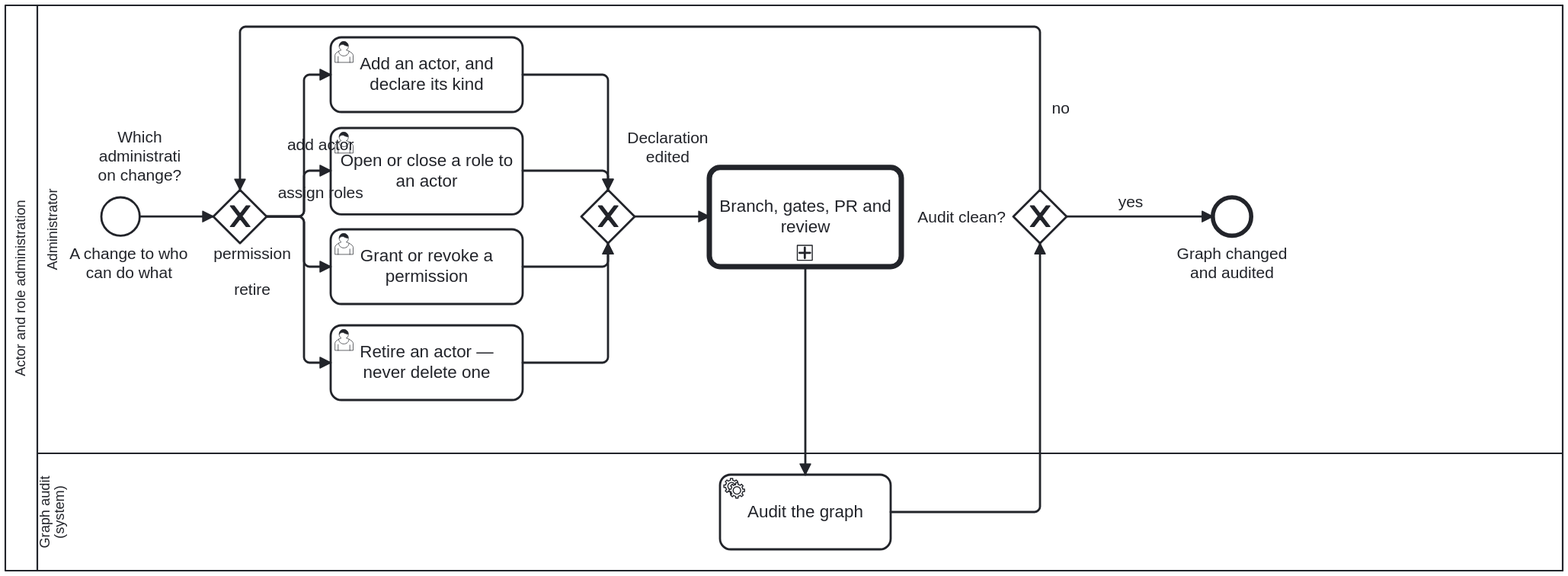
litlfred/cat-harness keeps this BPMN diagram as docs/assets/img/workflows/actor-role-administration.svg. Above is the earlier version. Its source is kept beside it as processes/process/actor-role-administration.bpmn. Ids are renumbered.
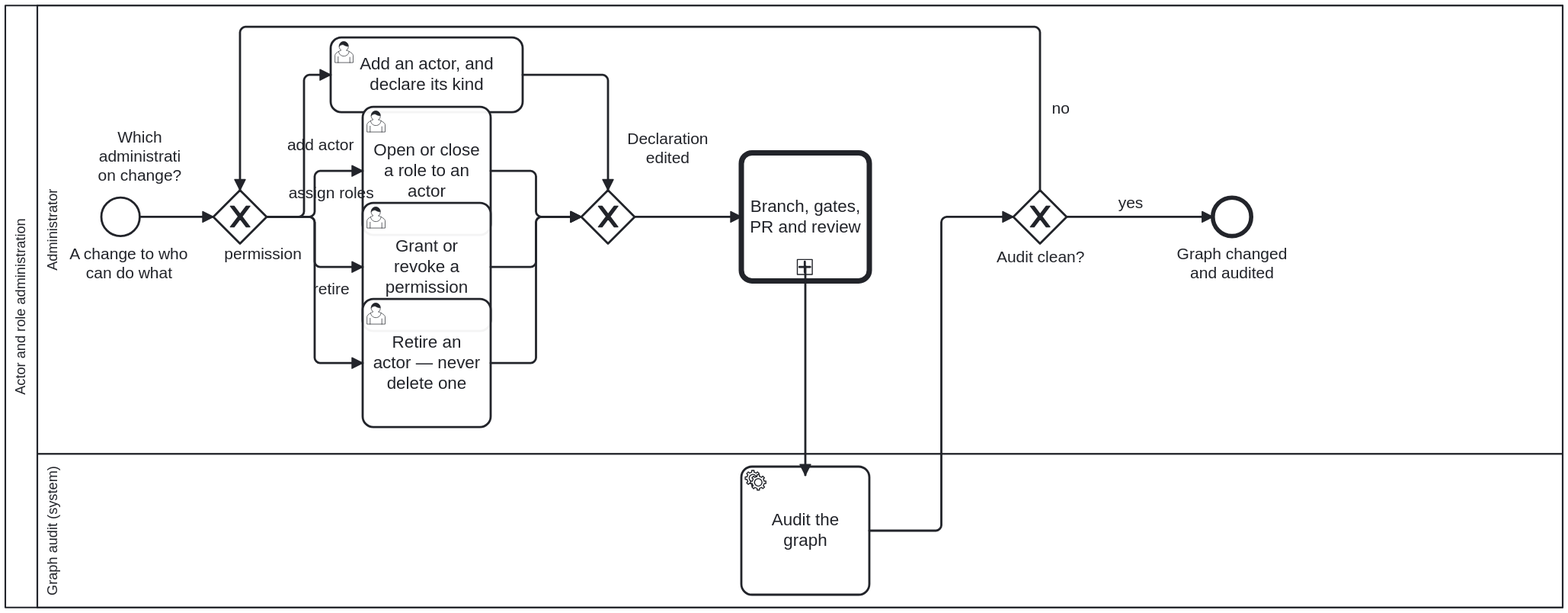
Later version of the same file.

The edit, as a diff of the source:
```diff
@@ -197,13 +197,13 @@
   <bpmndi:BPMNDiagram id="Diagram_ActorRoleAdministration">
     <bpmndi:BPMNPlane id="Plane_ActorRoleAdministration" bpmnElement="Collaboration_ActorRoleAdministration">
       <bpmndi:BPMNShape id="Shape_Participant_ActorRoleAdministration" bpmnElement="Participant_ActorRoleAdministration" isHorizontal="true">
-        <dc:Bounds x="160" y="80" width="1460" height="530" />
+        <dc:Bounds x="160" y="80" width="1460" height="564" />
       </bpmndi:BPMNShape>
       <bpmndi:BPMNShape id="Shape_Lane_Administrator" bpmnElement="Lane_Administrator" isHorizontal="true">
         <dc:Bounds x="190" y="80" width="1430" height="420" />
       </bpmndi:BPMNShape>
       <bpmndi:BPMNShape id="Shape_Lane_Audit" bpmnElement="Lane_Audit" isHorizontal="true">
-        <dc:Bounds x="190" y="500" width="1430" height="110" />
+        <dc:Bounds x="190" y="500" width="1430" height="144" />
       </bpmndi:BPMNShape>
 
       <bpmndi:BPMNShape id="Shape_Start_AdminRequest" bpmnElement="Start_AdminRequest">
@@ -218,28 +218,28 @@
         <dc:Bounds x="465" y="110" width="180" height="70" />
       </bpmndi:BPMNShape>
       <bpmndi:BPMNShape id="Shape_Task_AssignRoles" bpmnElement="Task_AssignRoles">
-        <dc:Bounds x="465" y="194.5" width="180" height="81" />
+        <dc:Bounds x="495" y="175" width="120" height="120" />
       </bpmndi:BPMNShape>
       <bpmndi:BPMNShape id="Shape_Task_GrantOrRevoke" bpmnElement="Task_GrantOrRevoke">
-        <dc:Bounds x="465" y="290" width="180" height="70" />
+        <dc:Bounds x="495" y="265" width="120" height="120" />
       </bpmndi:BPMNShape>
       <bpmndi:BPMNShape id="Shape_Task_RetireActor" bpmnElement="Task_RetireActor">
-        <dc:Bounds x="465" y="380" width="180" height="70" />
+        <dc:Bounds x="495" y="355" width="120" height="120" />
       </bpmndi:BPMNShape>
       <bpmndi:BPMNShape id="Shape_Gateway_Changed" bpmnElement="Gateway_Changed" isMarkerVisible="true">
 
         <dc:Bounds x="700" y="253" width="50" height="50" />
       <bpmndi:BPMNLabel><dc:Bounds x="726" y="195.5" width="110" height="35" /></bpmndi:BPMNLabel></bpmndi:BPMNShape>
       <bpmndi:BPMNShape id="Shape_CallActivity_CodeChangeReview" bpmnElement="CallActivity_CodeChangeReview">
-        <dc:Bounds x="820" y="231.5" width="180" height="93" />
+        <dc:Bounds x="850" y="218" width="120" height="120" />
       </bpmndi:BPMNShape>
       <bpmndi:BPMNShape id="Shape_Task_RunKgAudit" bpmnElement="Task_RunKgAudit">
-        <dc:Bounds x="830" y="520" width="160" height="70" />
+        <dc:Bounds x="850" y="512" width="120" height="120" />
       </bpmndi:BPMNShape>
       <bpmndi:BPMNShape id="Shape_Gateway_AuditClean" bpmnElement="Gateway_AuditClean" isMarkerVisible="true">
 
         <dc:Bounds x="1105" y="253" width="50" height="50" />
-      <bpmndi:BPMNLabel><dc:Bounds x="1011" y="269.5" width="90" height="17" /></bpmndi:BPMNLabel></bpmndi:BPMNShape>
+      <bpmndi:BPMNLabel><dc:Bounds x="1085" y="307" width="90" height="17" /></bpmndi:BPMNLabel></bpmndi:BPMNShape>
       <bpmndi:BPMNShape id="Shape_End_Administered" bpmnElement="End_Administered">
 
         <dc:Bounds x="1292" y="260" width="36" height="36" />
@@ -257,23 +257,22 @@
       </bpmndi:BPMNEdge>
       <bpmndi:BPMNEdge id="Edge_A03" bpmnElement="A03">
         <di:waypoint x="405" y="278" />
-        <di:waypoint x="440" y="278" />
-        <di:waypoint x="440" y="235" />
-        <di:waypoint x="465" y="235" />
+        <di:waypoint x="450" y="278" />
+        <di:waypoint x="450" y="235" />
+        <di:waypoint x="495" y="235" />
       </bpmndi:BPMNEdge>
       <bpmndi:BPMNEdge id="Edge_A04" bpmnElement="A04">
         <di:waypoint x="405" y="278" />
-        <di:waypoint x="440" y="278" />
-        <di:waypoint x="440" y="325" />
-        <di:waypoint x="465" y="325" />
-        <bpmndi:BPMNLabel><dc:Bounds x="346" y="304.25" width="90" height="18" /></bpmndi:BPMNLabel>
+        <di:waypoint x="450" y="278" />
+        <di:waypoint x="450" y="325" />
+        <di:waypoint x="495" y="325" />
+        <bpmndi:BPMNLabel><dc:Bounds x="356" y="304.25" width="90" height="18" /></bpmndi:BPMNLabel>
       </bpmndi:BPMNEdge>
       <bpmndi:BPMNEdge id="Edge_A05" bpmnElement="A05">
         <di:waypoint x="405" y="278" />
-        <di:waypoint x="440" y="278" />
-        <di:waypoint x="440" y="415" />
-        <di:waypoint x="465" y="415" />
-        <bpmndi:BPMNLabel><dc:Bounds x="346" y="338" width="90" height="17" /></bpmndi:BPMNLabel>
+        <di:waypoint x="450" y="278" />
+        <di:waypoint x="450" y="415" />
+        <di:waypoint x="495" y="415" />
       </bpmndi:BPMNEdge>
       <bpmndi:BPMNEdge id="Edge_A06" bpmnElement="A06">
         <di:waypoint x="645" y="145" />
@@ -281,32 +280,36 @@
         <di:waypoint x="725" y="253" />
       </bpmndi:BPMNEdge>
       <bpmndi:BPMNEdge id="Edge_A07" bpmnElement="A07">
-        <di:waypoint x="645" y="235" />
-        <di:waypoint x="725" y="235" />
-        <di:waypoint x="725" y="253" />
+        <di:waypoint x="615" y="235" />
+        <di:waypoint x="657.5" y="235" />
+        <di:waypoint x="657.5" y="278" />
+        <di:waypoint x="700" y="278" />
       </bpmndi:BPMNEdge>
       <bpmndi:BPMNEdge id="Edge_A08" bpmnElement="A08">
-        <di:waypoint x="645" y="325" />
-        <di:waypoint x="725" y="325" />
-        <di:waypoint x="725" y="303" />
+        <di:waypoint x="615" y="325" />
+        <di:waypoint x="657.5" y="325" />
+        <di:waypoint x="657.5" y="278" />
+        <di:waypoint x="700" y="278" />
       </bpmndi:BPMNEdge>
       <bpmndi:BPMNEdge id="Edge_A09" bpmnElement="A09">
-        <di:waypoint x="645" y="415" />
-        <di:waypoint x="725" y="415" />
-        <di:waypoint x="725" y="303" />
+        <di:waypoint x="615" y="415" />
+        <di:waypoint x="657.5" y="415" />
+        <di:waypoint x="657.5" y="278" />
+        <di:waypoint x="700" y="278" />
       </bpmndi:BPMNEdge>
       <bpmndi:BPMNEdge id="Edge_A10" bpmnElement="A10">
         <di:waypoint x="750" y="278" />
-        <di:waypoint x="820" y="278" />
+        <di:waypoint x="850" y="278" />
       </bpmndi:BPMNEdge>
       <bpmndi:BPMNEdge id="Edge_A11" bpmnElement="A11">
         <di:waypoint x="910" y="324.5" />
         <di:waypoint x="910" y="520" />
       </bpmndi:BPMNEdge>
       <bpmndi:BPMNEdge id="Edge_A12" bpmnElement="A12">
-        <di:waypoint x="990" y="555" />
-        <di:waypoint x="1130" y="555" />
-        <di:waypoint x="1130" y="303" />
+        <di:waypoint x="970" y="572" />
+        <di:waypoint x="1037.5" y="572" />
+        <di:waypoint x="1037.5" y="278" />
+        <di:waypoint x="1105" y="278" />
       </bpmndi:BPMNEdge>
       <bpmndi:BPMNEdge id="Edge_A13" bpmnElement="A13">
         <bpmndi:BPMNLabel><dc:Bounds x="1134" y="168" width="30" height="17" /></bpmndi:BPMNLabel>
```
